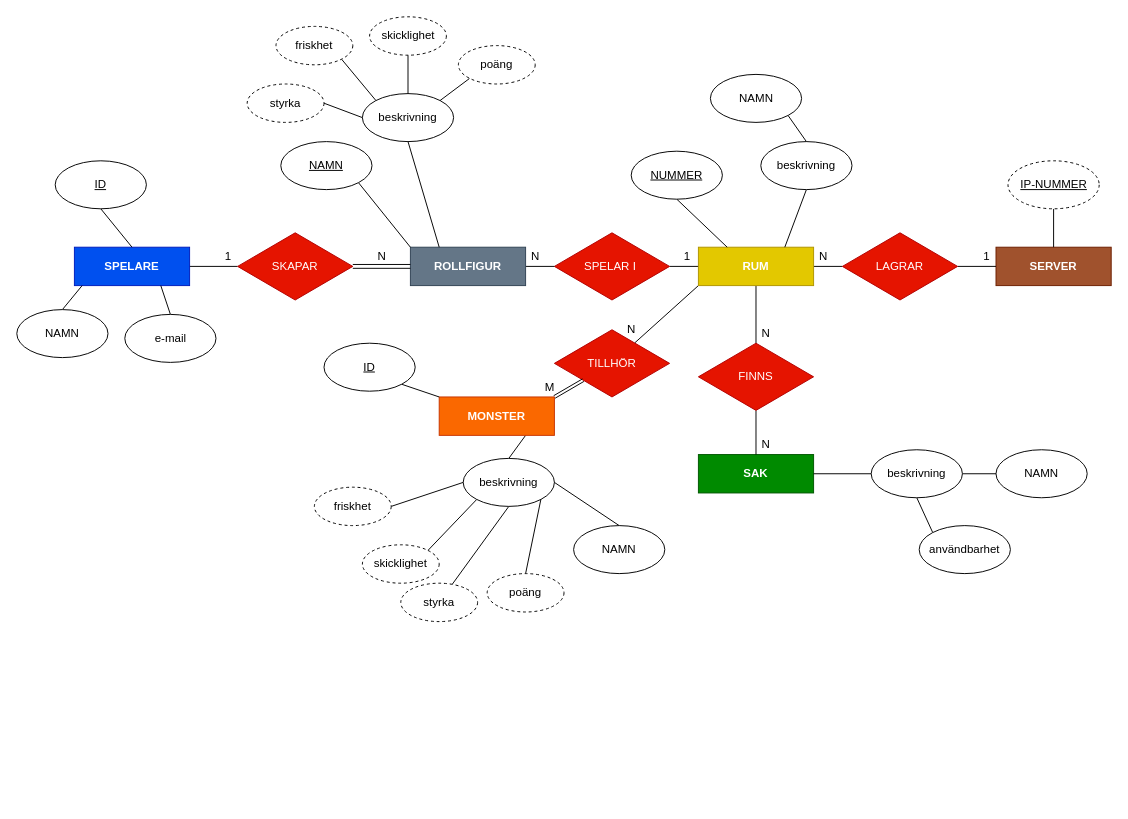
This is Untitled Diagram.drawio from pindilind/hello-world, a draw.io file, before an edit. Source tidied: cells renumbered, new cells numbered last; positions are measured from the earlier drawing's top-left corner, leaving out a move shared by most shapes. Both pictures are drawn from the tidied source at 96%, with x=0, y=0 at pixel (16, 16).
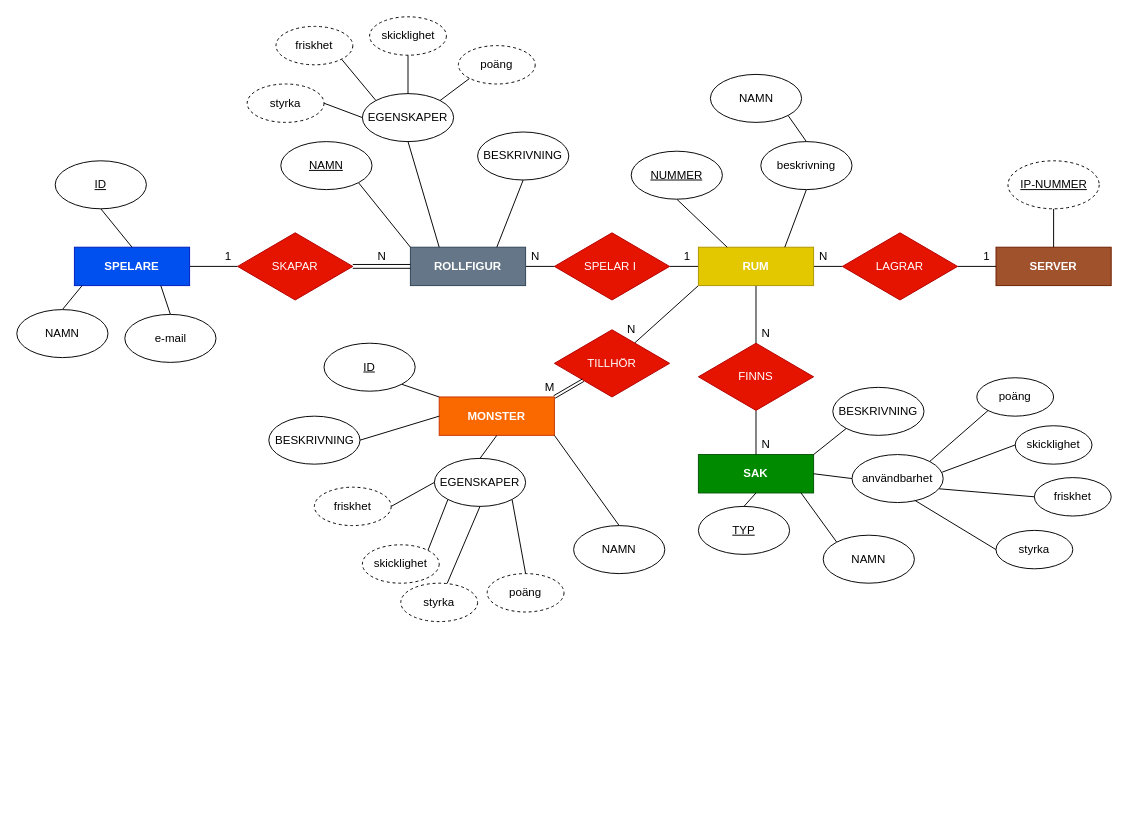
Above is the later version.

Unchanged cells that the change refers to:
```xml
<mxCell id="7" value="&lt;font style=&quot;font-size: 12px&quot;&gt;&lt;b&gt;MONSTER&lt;/b&gt;&lt;/font&gt;" style="rounded=0;whiteSpace=wrap;html=1;fillColor=#fa6800;strokeColor=#C73500;fontColor=#ffffff;" parent="1" vertex="1">
  <mxGeometry x="440" y="396" width="120" height="40" as="geometry" />
</mxCell>
<mxCell id="9" value="&lt;b&gt;ROLLFIGUR&lt;/b&gt;" style="rounded=0;whiteSpace=wrap;html=1;fillColor=#647687;strokeColor=#314354;fontColor=#ffffff;" parent="1" vertex="1">
  <mxGeometry x="410" y="240" width="120" height="40" as="geometry" />
</mxCell>
<mxCell id="14" value="&lt;font style=&quot;font-size: 12px&quot;&gt;&lt;b&gt;SAK&lt;/b&gt;&lt;/font&gt;" style="rounded=0;whiteSpace=wrap;html=1;fillColor=#008a00;strokeColor=#005700;fontColor=#ffffff;" parent="1" vertex="1">
  <mxGeometry x="710" y="456" width="120" height="40" as="geometry" />
</mxCell>
<mxCell id="63" value="NAMN" style="ellipse;whiteSpace=wrap;html=1;" parent="1" vertex="1">
  <mxGeometry x="580" y="530" width="95" height="50" as="geometry" />
</mxCell>
```

The edit, as a diff of the source:
```diff
@@
-    <mxCell id="6" style="edgeStyle=none;rounded=0;jettySize=auto;html=1;exitX=0.75;exitY=1;exitDx=0;exitDy=0;entryX=0.5;entryY=0;entryDx=0;entryDy=0;startArrow=none;startFill=0;endArrow=none;endFill=0;" parent="1" edge="1" source="7" target="56">
-      <mxGeometry relative="1" as="geometry" />
-    </mxCell>
@@
-    <mxCell id="44" value="beskrivning" style="ellipse;whiteSpace=wrap;html=1;" parent="1" vertex="1">
+    <mxCell id="44" value="EGENSKAPER" style="ellipse;whiteSpace=wrap;html=1;" parent="1" vertex="1">
       <mxGeometry x="360" y="80" width="95" height="50" as="geometry" />
     </mxCell>
@@
+    <mxCell id="80" style="edgeStyle=none;rounded=0;jettySize=auto;html=1;exitX=0.5;exitY=0;exitDx=0;exitDy=0;entryX=0.5;entryY=1;entryDx=0;entryDy=0;startArrow=none;startFill=0;endArrow=none;endFill=0;" parent="1" edge="1" source="56" target="7">
+      <mxGeometry relative="1" as="geometry" />
+    </mxCell>
-    <mxCell id="56" value="beskrivning" style="ellipse;whiteSpace=wrap;html=1;" parent="1" vertex="1">
-      <mxGeometry x="465" y="460" width="95" height="50" as="geometry" />
+    <mxCell id="56" value="EGENSKAPER" style="ellipse;whiteSpace=wrap;html=1;" parent="1" vertex="1">
+      <mxGeometry x="435" y="460" width="95" height="50" as="geometry" />
     </mxCell>
@@
-    <mxCell id="62" style="edgeStyle=none;rounded=0;jettySize=auto;html=1;exitX=0.5;exitY=0;exitDx=0;exitDy=0;entryX=1;entryY=0.5;entryDx=0;entryDy=0;startArrow=none;startFill=0;endArrow=none;endFill=0;" parent="1" edge="1" source="63" target="56">
-      <mxGeometry relative="1" as="geometry" />
-    </mxCell>
+    <mxCell id="81" style="edgeStyle=none;rounded=0;jettySize=auto;html=1;exitX=0.5;exitY=0;exitDx=0;exitDy=0;entryX=1;entryY=1;entryDx=0;entryDy=0;startArrow=none;startFill=0;endArrow=none;endFill=0;" parent="1" edge="1" source="63" target="7">
+      <mxGeometry relative="1" as="geometry" />
+    </mxCell>
@@
-    <mxCell id="70" style="edgeStyle=none;rounded=0;jettySize=auto;html=1;exitX=0;exitY=0.5;exitDx=0;exitDy=0;entryX=1;entryY=0.5;entryDx=0;entryDy=0;startArrow=none;startFill=0;endArrow=none;endFill=0;" parent="1" edge="1" source="73" target="14">
+    <mxCell id="70" style="edgeStyle=none;rounded=0;jettySize=auto;html=1;exitX=0;exitY=1;exitDx=0;exitDy=0;entryX=1;entryY=0;entryDx=0;entryDy=0;startArrow=none;startFill=0;endArrow=none;endFill=0;" parent="1" edge="1" source="73" target="14">
       <mxGeometry relative="1" as="geometry" />
     </mxCell>
-    <mxCell id="71" style="edgeStyle=none;rounded=0;jettySize=auto;html=1;exitX=1;exitY=0.5;exitDx=0;exitDy=0;entryX=0;entryY=0.5;entryDx=0;entryDy=0;startArrow=none;startFill=0;endArrow=none;endFill=0;" parent="1" edge="1" source="73" target="74">
-      <mxGeometry relative="1" as="geometry" />
-    </mxCell>
-    <mxCell id="72" style="edgeStyle=none;rounded=0;jettySize=auto;html=1;exitX=0.5;exitY=1;exitDx=0;exitDy=0;entryX=0;entryY=0;entryDx=0;entryDy=0;startArrow=none;startFill=0;endArrow=none;endFill=0;" parent="1" edge="1" source="73" target="75">
-      <mxGeometry relative="1" as="geometry" />
-    </mxCell>
-    <mxCell id="73" value="beskrivning" style="ellipse;whiteSpace=wrap;html=1;" parent="1" vertex="1">
-      <mxGeometry x="890" y="451" width="95" height="50" as="geometry" />
+    <mxCell id="73" value="BESKRIVNING" style="ellipse;whiteSpace=wrap;html=1;" parent="1" vertex="1">
+      <mxGeometry x="850" y="386" width="95" height="50" as="geometry" />
     </mxCell>
+    <mxCell id="82" style="edgeStyle=none;rounded=0;jettySize=auto;html=1;exitX=0;exitY=0;exitDx=0;exitDy=0;entryX=0.889;entryY=0.992;entryDx=0;entryDy=0;entryPerimeter=0;startArrow=none;startFill=0;endArrow=none;endFill=0;" parent="1" edge="1" source="74" target="14">
+      <mxGeometry relative="1" as="geometry" />
+    </mxCell>
     <mxCell id="74" value="NAMN" style="ellipse;whiteSpace=wrap;html=1;" parent="1" vertex="1">
-      <mxGeometry x="1020" y="451" width="95" height="50" as="geometry" />
+      <mxGeometry x="840" y="540" width="95" height="50" as="geometry" />
     </mxCell>
+    <mxCell id="83" style="edgeStyle=none;rounded=0;jettySize=auto;html=1;exitX=0;exitY=0.5;exitDx=0;exitDy=0;entryX=1;entryY=0.5;entryDx=0;entryDy=0;startArrow=none;startFill=0;endArrow=none;endFill=0;" parent="1" edge="1" source="75" target="14">
+      <mxGeometry relative="1" as="geometry" />
+    </mxCell>
     <mxCell id="75" value="användbarhet" style="ellipse;whiteSpace=wrap;html=1;" parent="1" vertex="1">
-      <mxGeometry x="940" y="530" width="95" height="50" as="geometry" />
+      <mxGeometry x="870" y="456" width="95" height="50" as="geometry" />
     </mxCell>
@@
+    <mxCell id="84" style="edgeStyle=none;rounded=0;jettySize=auto;html=1;exitX=0.5;exitY=0;exitDx=0;exitDy=0;entryX=0.5;entryY=1;entryDx=0;entryDy=0;startArrow=none;startFill=0;endArrow=none;endFill=0;" parent="1" edge="1" source="85" target="14">
+      <mxGeometry relative="1" as="geometry" />
+    </mxCell>
+    <mxCell id="85" value="&lt;u&gt;TYP&lt;/u&gt;" style="ellipse;whiteSpace=wrap;html=1;" parent="1" vertex="1">
+      <mxGeometry x="710" y="510" width="95" height="50" as="geometry" />
+    </mxCell>
+    <mxCell id="86" style="edgeStyle=none;rounded=0;jettySize=auto;html=1;exitX=0;exitY=1;exitDx=0;exitDy=0;entryX=1;entryY=0;entryDx=0;entryDy=0;startArrow=none;startFill=0;endArrow=none;endFill=0;" parent="1" edge="1" source="87" target="75">
+      <mxGeometry relative="1" as="geometry" />
+    </mxCell>
+    <mxCell id="87" value="poäng" style="ellipse;whiteSpace=wrap;html=1;" parent="1" vertex="1">
+      <mxGeometry x="1000" y="376" width="80" height="40" as="geometry" />
+    </mxCell>
+    <mxCell id="88" style="edgeStyle=none;rounded=0;jettySize=auto;html=1;exitX=0;exitY=0.5;exitDx=0;exitDy=0;entryX=0.989;entryY=0.367;entryDx=0;entryDy=0;entryPerimeter=0;startArrow=none;startFill=0;endArrow=none;endFill=0;" parent="1" edge="1" source="89" target="75">
+      <mxGeometry relative="1" as="geometry" />
+    </mxCell>
+    <mxCell id="89" value="skicklighet" style="ellipse;whiteSpace=wrap;html=1;" parent="1" vertex="1">
+      <mxGeometry x="1040" y="426" width="80" height="40" as="geometry" />
+    </mxCell>
+    <mxCell id="90" style="edgeStyle=none;rounded=0;jettySize=auto;html=1;exitX=0;exitY=0.5;exitDx=0;exitDy=0;entryX=0.954;entryY=0.713;entryDx=0;entryDy=0;entryPerimeter=0;startArrow=none;startFill=0;endArrow=none;endFill=0;" parent="1" edge="1" source="91" target="75">
+      <mxGeometry relative="1" as="geometry" />
+    </mxCell>
+    <mxCell id="91" value="friskhet" style="ellipse;whiteSpace=wrap;html=1;" parent="1" vertex="1">
+      <mxGeometry x="1060" y="480" width="80" height="40" as="geometry" />
+    </mxCell>
+    <mxCell id="92" style="edgeStyle=none;rounded=0;jettySize=auto;html=1;exitX=0;exitY=0.5;exitDx=0;exitDy=0;entryX=0.688;entryY=0.953;entryDx=0;entryDy=0;entryPerimeter=0;startArrow=none;startFill=0;endArrow=none;endFill=0;" parent="1" edge="1" source="93" target="75">
+      <mxGeometry relative="1" as="geometry" />
+    </mxCell>
+    <mxCell id="93" value="styrka" style="ellipse;whiteSpace=wrap;html=1;" parent="1" vertex="1">
+      <mxGeometry x="1020" y="535" width="80" height="40" as="geometry" />
+    </mxCell>
+    <mxCell id="94" style="edgeStyle=none;rounded=0;jettySize=auto;html=1;exitX=1;exitY=0.5;exitDx=0;exitDy=0;entryX=0;entryY=0.5;entryDx=0;entryDy=0;startArrow=none;startFill=0;endArrow=none;endFill=0;" parent="1" edge="1" source="95" target="7">
+      <mxGeometry relative="1" as="geometry" />
+    </mxCell>
+    <mxCell id="95" value="BESKRIVNING" style="ellipse;whiteSpace=wrap;html=1;" parent="1" vertex="1">
+      <mxGeometry x="262.5" y="416" width="95" height="50" as="geometry" />
+    </mxCell>
+    <mxCell id="96" style="edgeStyle=none;rounded=0;jettySize=auto;html=1;exitX=0.5;exitY=1;exitDx=0;exitDy=0;entryX=0.75;entryY=0;entryDx=0;entryDy=0;startArrow=none;startFill=0;endArrow=none;endFill=0;" parent="1" edge="1" source="97" target="9">
+      <mxGeometry relative="1" as="geometry" />
+    </mxCell>
+    <mxCell id="97" value="BESKRIVNING" style="ellipse;whiteSpace=wrap;html=1;" parent="1" vertex="1">
+      <mxGeometry x="480" y="120" width="95" height="50" as="geometry" />
+    </mxCell>
```
